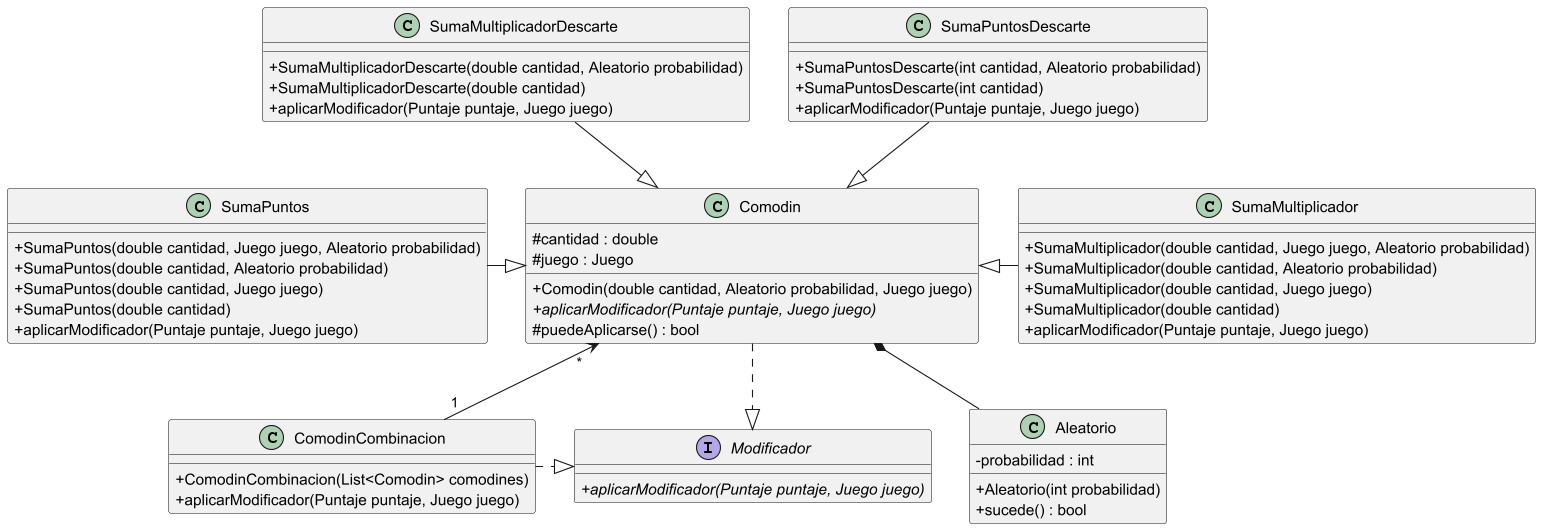
Before: diagrams/classes/Comodin.png, a diagram exported from PlantUML (facukresta/g06-tp2-2c-2024).
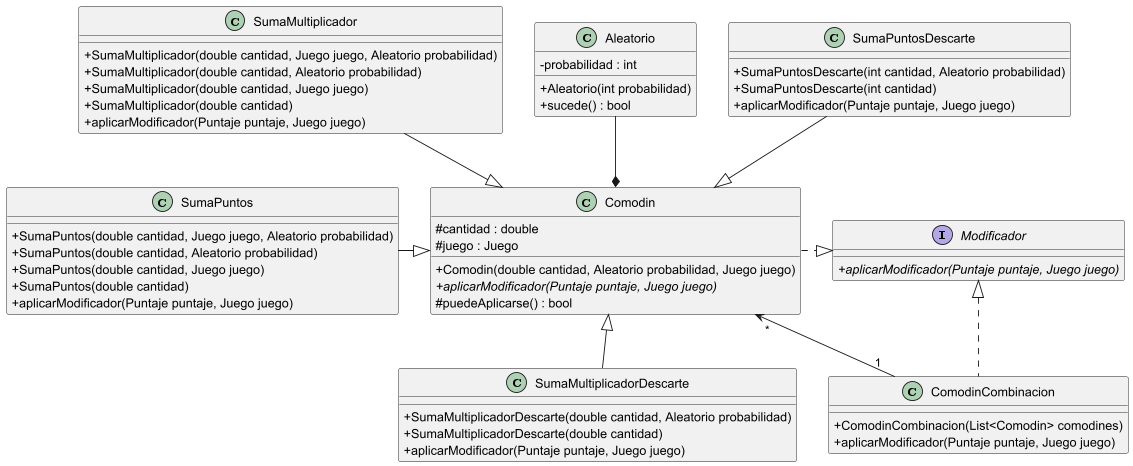
After the commit.

Change to the diagram source:
```diff
@@ -53,13 +53,13 @@
 +SumaPuntosDescarte(int cantidad)
 +aplicarModificador(Puntaje puntaje, Juego juego)
 }
+SumaPuntos -right-|> Comodin
+Comodin *-up- Aleatorio
 
-Comodin *-- Aleatorio
-Comodin .down.|> Modificador
-ComodinCombinacion "1" -up-> "*" Comodin
-ComodinCombinacion .right.|> Modificador
-SumaMultiplicador -left-|> Comodin
-SumaMultiplicadorDescarte -down-|> Comodin
-SumaPuntos -right-|> Comodin
+Comodin .right.|> Modificador
+ComodinCombinacion "1" -left-> "*" Comodin
+ComodinCombinacion .up.|> Modificador
+Comodin <|-up- SumaMultiplicador
+SumaMultiplicadorDescarte -up-|> Comodin
 SumaPuntosDescarte -down-|> Comodin
 @enduml
```
